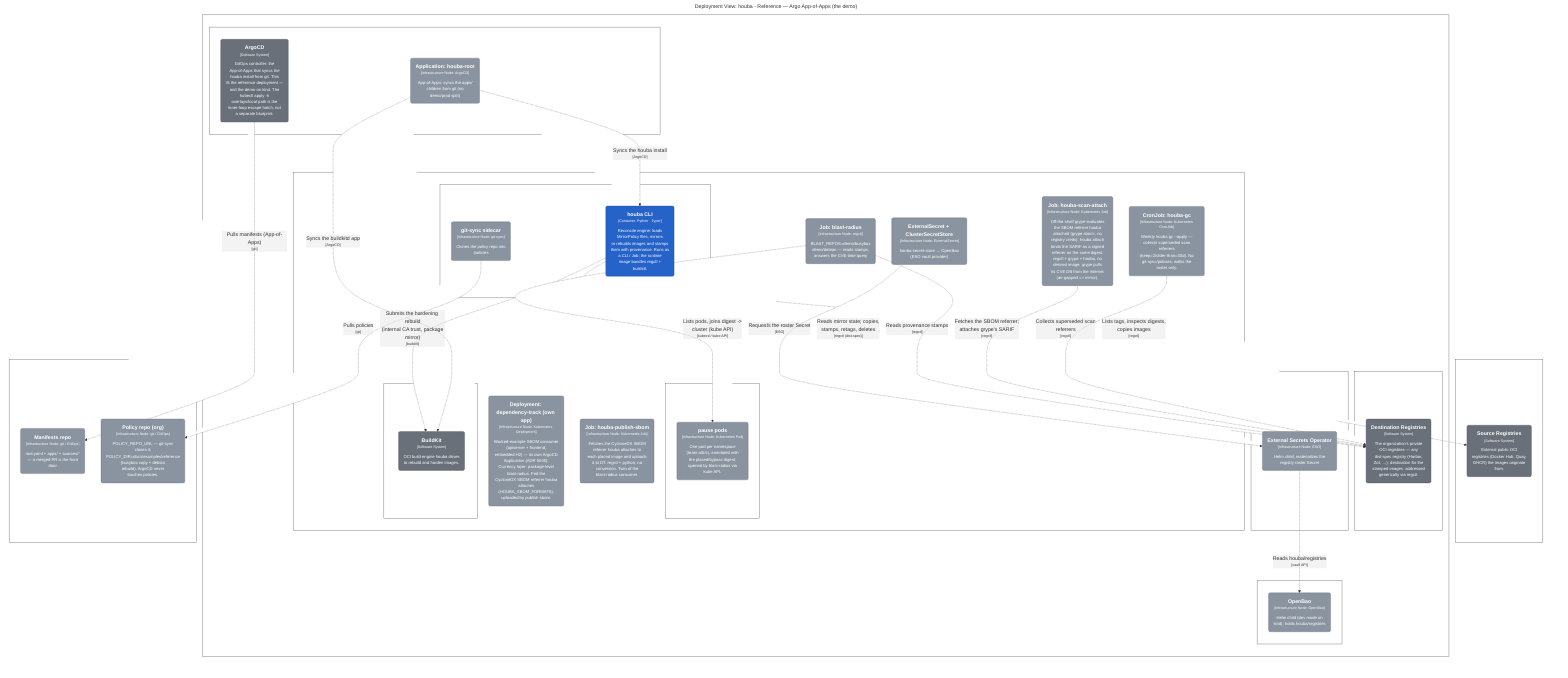
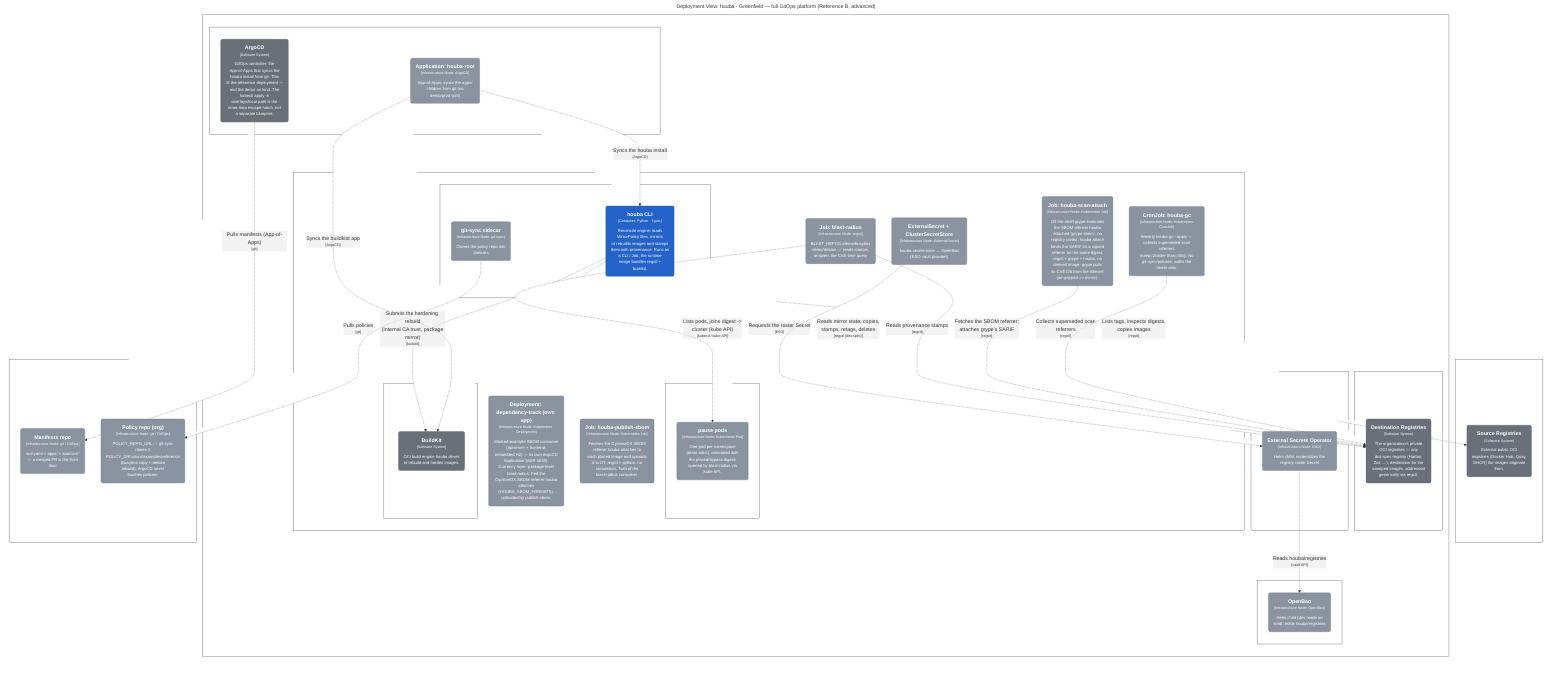
graph LR
  linkStyle default fill:#ffffff

-   subgraph diagram ["Deployment View: houba - Reference — Argo App-of-Apps (the demo)"]
+   subgraph diagram ["Deployment View: houba - Greenfield — full GitOps platform (Reference B, advanced)"]
    style diagram fill:#ffffff,stroke:#ffffff

    subgraph 201 ["Git host"]
      style 201 fill:#ffffff,stroke:#444444,color:#ffffff

      202("<div style='font-weight: bold'>Manifests repo</div><div style='font-size: 70%; margin-top: 0px'>[Infrastructure Node: git / GitOps]</div><div style='font-size: 80%; margin-top:10px'>root.yaml + apps/ + sources/*<br />— a merged PR is the front<br />door</div>")
      style 202 fill:#8a94a0,stroke:#606770,color:#ffffff
      203("<div style='font-weight: bold'>Policy repo (org)</div><div style='font-size: 70%; margin-top: 0px'>[Infrastructure Node: git / GitOps]</div><div style='font-size: 80%; margin-top:10px'>POLICY_REPO_URL — git-sync<br />clones it;<br />POLICY_DIR=docs/examples/reference<br />(busybox copy + debian<br />rebuild). ArgoCD never<br />touches policies.</div>")
      style 203 fill:#8a94a0,stroke:#606770,color:#ffffff
    end

    subgraph 204 ["Kubernetes cluster"]
      style 204 fill:#ffffff,stroke:#444444,color:#ffffff

      subgraph 205 ["namespace: argocd"]
        style 205 fill:#ffffff,stroke:#444444,color:#ffffff

        206("<div style='font-weight: bold'>Application: houba-root</div><div style='font-size: 70%; margin-top: 0px'>[Infrastructure Node: ArgoCD]</div><div style='font-size: 80%; margin-top:10px'>App-of-Apps; syncs the apps/<br />children from git (no<br />demo/prod split)</div>")
        style 206 fill:#8a94a0,stroke:#606770,color:#ffffff
        207("<div style='font-weight: bold'>ArgoCD</div><div style='font-size: 70%; margin-top: 0px'>[Software System]</div><div style='font-size: 80%; margin-top:10px'>GitOps controller: the<br />App-of-Apps that syncs the<br />houba install from git. This<br />IS the reference deployment —<br />and the demo on kind. The<br />kubectl apply -k<br />overlays/local path is the<br />inner-loop escape hatch, not<br />a separate blueprint.</div>")
        style 207 fill:#69707a,stroke:#494e55,color:#ffffff
      end

      subgraph 208 ["namespace: houba"]
        style 208 fill:#ffffff,stroke:#444444,color:#ffffff

        subgraph 209 ["CronJob: houba-reconcile"]
          style 209 fill:#ffffff,stroke:#444444,color:#ffffff

          210("<div style='font-weight: bold'>houba CLI</div><div style='font-size: 70%; margin-top: 0px'>[Container: Python · Typer]</div><div style='font-size: 80%; margin-top:10px'>Reconcile engine: loads<br />MirrorPolicy files, mirrors<br />or rebuilds images and stamps<br />them with provenance. Runs as<br />a CLI / Job; the runtime<br />image bundles regctl +<br />buildctl.</div>")
          style 210 fill:#2563c9,stroke:#19458c,color:#ffffff
          211("<div style='font-weight: bold'>git-sync sidecar</div><div style='font-size: 70%; margin-top: 0px'>[Infrastructure Node: git-sync]</div><div style='font-size: 80%; margin-top:10px'>Clones the policy repo into<br />/policies</div>")
          style 211 fill:#8a94a0,stroke:#606770,color:#ffffff
        end

        subgraph 212 ["Deployment: buildkitd (own app)"]
          style 212 fill:#ffffff,stroke:#444444,color:#ffffff

          213("<div style='font-weight: bold'>BuildKit</div><div style='font-size: 70%; margin-top: 0px'>[Software System]</div><div style='font-size: 80%; margin-top:10px'>OCI build engine houba drives<br />to rebuild and harden images.</div>")
          style 213 fill:#69707a,stroke:#494e55,color:#ffffff
        end

        215("<div style='font-weight: bold'>ExternalSecret + ClusterSecretStore</div><div style='font-size: 70%; margin-top: 0px'>[Infrastructure Node: ExternalSecret]</div><div style='font-size: 80%; margin-top:10px'>houba-secret-store → OpenBao<br />(ESO vault provider)</div>")
        style 215 fill:#8a94a0,stroke:#606770,color:#ffffff
        216("<div style='font-weight: bold'>Job: blast-radius</div><div style='font-size: 70%; margin-top: 0px'>[Infrastructure Node: regctl]</div><div style='font-size: 80%; margin-top:10px'>BLAST_REPOS=demo/busybox<br />demo/debian — reads stamps,<br />answers the CVE-time query</div>")
        style 216 fill:#8a94a0,stroke:#606770,color:#ffffff
        217("<div style='font-weight: bold'>CronJob: houba-gc</div><div style='font-size: 70%; margin-top: 0px'>[Infrastructure Node: Kubernetes CronJob]</div><div style='font-size: 80%; margin-top:10px'>Weekly houba gc --apply —<br />collects superseded scan<br />referrers<br />(keep=2/older-than=30d). No<br />git-sync/policies; walks the<br />roster only.</div>")
        style 217 fill:#8a94a0,stroke:#606770,color:#ffffff
        218("<div style='font-weight: bold'>Deployment: dependency-track (own app)</div><div style='font-size: 70%; margin-top: 0px'>[Infrastructure Node: Kubernetes Deployment]</div><div style='font-size: 80%; margin-top:10px'>Worked-example SBOM consumer<br />(apiserver + frontend,<br />embedded H2) — its own ArgoCD<br />Application (ADR 0035).<br />Currency layer: package-level<br />blast-radius. Fed the<br />CycloneDX SBOM referrer houba<br />attaches<br />(HOUBA_SBOM_FORMATS),<br />uploaded by publish-sbom.</div>")
        style 218 fill:#8a94a0,stroke:#606770,color:#ffffff
        219("<div style='font-weight: bold'>Job: houba-publish-sbom</div><div style='font-size: 70%; margin-top: 0px'>[Infrastructure Node: Kubernetes Job]</div><div style='font-size: 80%; margin-top:10px'>Fetches the CycloneDX SBOM<br />referrer houba attaches to<br />each placed image and uploads<br />it to DT. regctl + python, no<br />conversion. Twin of the<br />blast-radius consumer.</div>")
        style 219 fill:#8a94a0,stroke:#606770,color:#ffffff
        220("<div style='font-weight: bold'>Job: houba-scan-attach</div><div style='font-size: 70%; margin-top: 0px'>[Infrastructure Node: Kubernetes Job]</div><div style='font-size: 80%; margin-top:10px'>Off-the-shelf grype evaluates<br />the SBOM referrer houba<br />attached (grype sbom:, no<br />registry creds); houba attach<br />binds the SARIF as a signed<br />referrer on the same digest.<br />regctl + grype + houba, no<br />derived image. grype pulls<br />its CVE DB from the internet<br />(air-gapped => mirror).</div>")
        style 220 fill:#8a94a0,stroke:#606770,color:#ffffff
        subgraph 221 ["marked workloads (team-a/b/c)"]
          style 221 fill:#ffffff,stroke:#444444,color:#ffffff

          222("<div style='font-weight: bold'>pause pods</div><div style='font-size: 70%; margin-top: 0px'>[Infrastructure Node: Kubernetes Pod]</div><div style='font-size: 80%; margin-top:10px'>One pod per namespace<br />(team-a/b/c), annotated with<br />the placed/bypass digest;<br />queried by blast-radius via<br />kube API.</div>")
          style 222 fill:#8a94a0,stroke:#606770,color:#ffffff
        end

      end

      subgraph 223 ["namespace: external-secrets"]
        style 223 fill:#ffffff,stroke:#444444,color:#ffffff

        224("<div style='font-weight: bold'>External Secrets Operator</div><div style='font-size: 70%; margin-top: 0px'>[Infrastructure Node: ESO]</div><div style='font-size: 80%; margin-top:10px'>Helm child; materializes the<br />registry roster Secret</div>")
        style 224 fill:#8a94a0,stroke:#606770,color:#ffffff
      end

      subgraph 225 ["namespace: openbao"]
        style 225 fill:#ffffff,stroke:#444444,color:#ffffff

        226("<div style='font-weight: bold'>OpenBao</div><div style='font-size: 70%; margin-top: 0px'>[Infrastructure Node: OpenBao]</div><div style='font-size: 80%; margin-top:10px'>Helm child (dev mode on<br />kind); holds houba/registries</div>")
        style 226 fill:#8a94a0,stroke:#606770,color:#ffffff
      end

      subgraph 227 ["namespace: registry"]
        style 227 fill:#ffffff,stroke:#444444,color:#ffffff

        228("<div style='font-weight: bold'>Destination Registries</div><div style='font-size: 70%; margin-top: 0px'>[Software System]</div><div style='font-size: 80%; margin-top:10px'>The organization's private<br />OCI registries — any<br />dist-spec registry (Harbor,<br />Zot, …); destination for the<br />stamped images, addressed<br />generically via regctl.</div>")
        style 228 fill:#69707a,stroke:#494e55,color:#ffffff
      end

    end

    subgraph 230 ["Internet / org network"]
      style 230 fill:#ffffff,stroke:#444444,color:#ffffff

      231("<div style='font-weight: bold'>Source Registries</div><div style='font-size: 70%; margin-top: 0px'>[Software System]</div><div style='font-size: 80%; margin-top:10px'>External public OCI<br />registries (Docker Hub, Quay,<br />GHCR) the images originate<br />from.</div>")
      style 231 fill:#69707a,stroke:#494e55,color:#ffffff
    end

    210-. "<div>Submits the hardening rebuild<br />(internal CA trust, package<br />mirror)</div><div style='font-size: 70%'>[buildctl]</div>" .->213
    210-. "<div>Reads mirror state; copies,<br />stamps, retags, deletes</div><div style='font-size: 70%'>[regctl (dist-spec)]</div>" .->228
    210-. "<div>Lists tags, inspects digests,<br />copies images</div><div style='font-size: 70%'>[regctl]</div>" .->231
    207-. "<div>Pulls manifests (App-of-Apps)</div><div style='font-size: 70%'>[git]</div>" .->202
    206-. "<div>Syncs the houba install</div><div style='font-size: 70%'>[ArgoCD]</div>" .->210
    206-. "<div>Syncs the buildkitd app</div><div style='font-size: 70%'>[ArgoCD]</div>" .->213
    224-. "<div>Reads houba/registries</div><div style='font-size: 70%'>[vault API]</div>" .->226
    215-. "<div>Requests the roster Secret</div><div style='font-size: 70%'>[ESO]</div>" .->224
    211-. "<div>Pulls policies</div><div style='font-size: 70%'>[git]</div>" .->203
    216-. "<div>Reads provenance stamps</div><div style='font-size: 70%'>[regctl]</div>" .->228
    220-. "<div>Fetches the SBOM referrer;<br />attaches grype's SARIF</div><div style='font-size: 70%'>[regctl]</div>" .->228
    216-. "<div>Lists pods, joins digest -><br />cluster (kube API)</div><div style='font-size: 70%'>[kubectl / kube API]</div>" .->222
    217-. "<div>Collects superseded scan<br />referrers</div><div style='font-size: 70%'>[regctl]</div>" .->228

  end